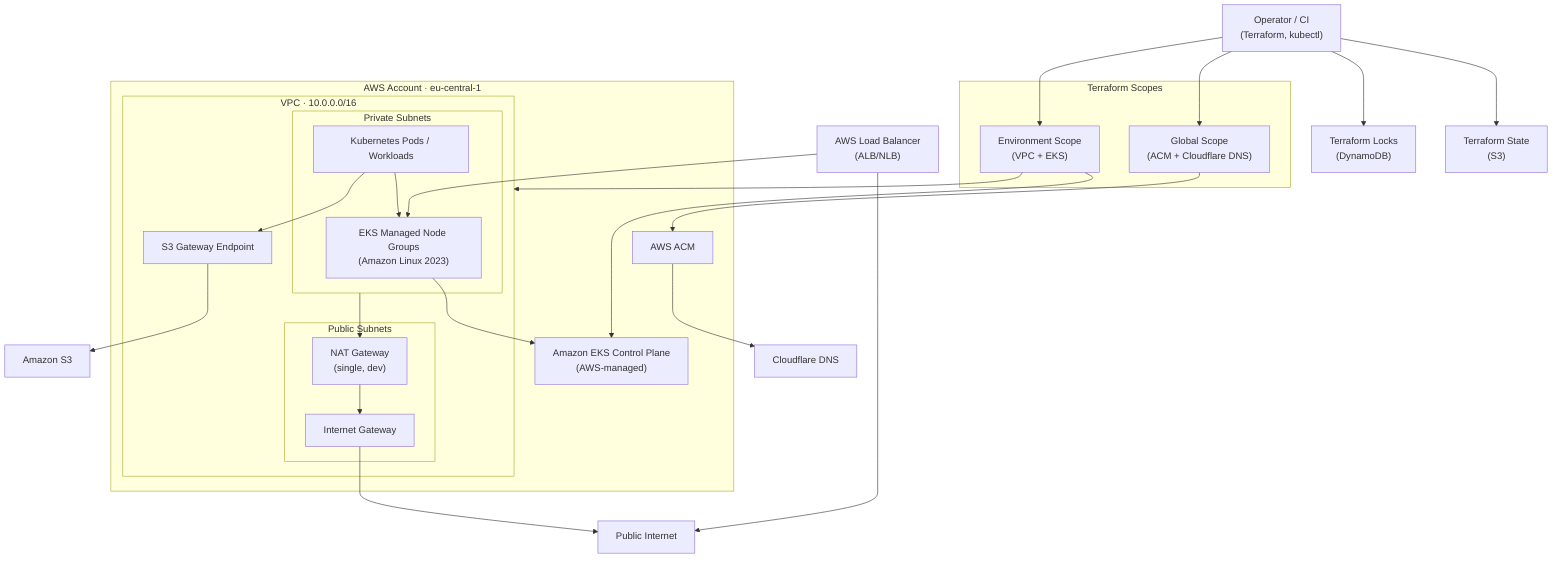
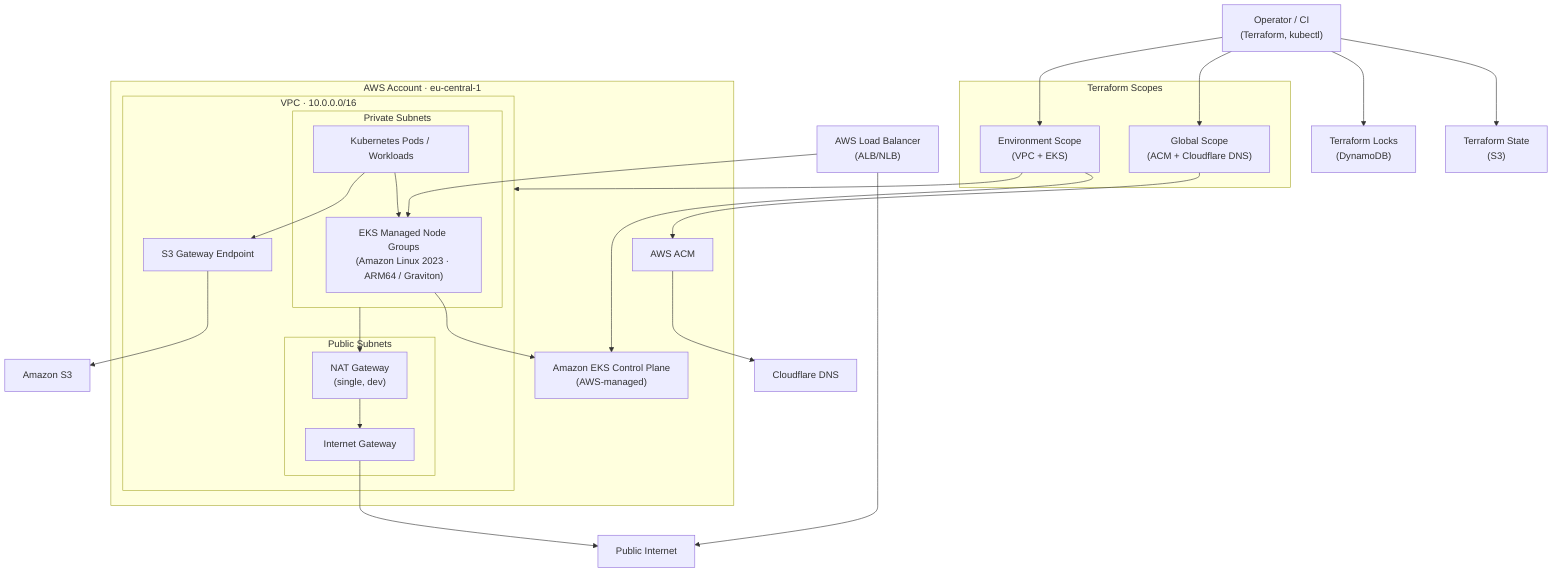
flowchart TB
  Operator["Operator / CI<br/>(Terraform, kubectl)"]

  %% -------------------------
  %% Terraform scopes
  %% -------------------------
  subgraph TF["Terraform Scopes"]
    Global["Global Scope<br/>(ACM + Cloudflare DNS)"]
    Env["Environment Scope<br/>(VPC + EKS)"]
  end

  %% -------------------------
  %% Terraform backend
  %% -------------------------
  TFSTATE_S3["Terraform State<br/>(S3)"]
  TFLOCKS["Terraform Locks<br/>(DynamoDB)"]

  Operator --> TFSTATE_S3
  Operator --> TFLOCKS
  Operator --> Global
  Operator --> Env

  %% -------------------------
  %% AWS account
  %% -------------------------
  subgraph AWS["AWS Account · eu-central-1"]

    %% VPC
    subgraph VPC["VPC · 10.0.0.0/16"]

      subgraph Public["Public Subnets"]
        IGW["Internet Gateway"]
        NAT["NAT Gateway<br/>(single, dev)"]
      end

      subgraph Private["Private Subnets"]
-         Nodes["EKS Managed Node Groups<br/>(Amazon Linux 2023)"]
+         Nodes["EKS Managed Node Groups<br/>(Amazon Linux 2023 · ARM64 / Graviton)"]
        Pods["Kubernetes Pods / Workloads"]
      end

      S3EP["S3 Gateway Endpoint"]
    end

    %% EKS control plane (AWS-managed)
    EKS["Amazon EKS Control Plane<br/>(AWS-managed)"]

    %% ACM
    ACM["AWS ACM"]
  end

  %% -------------------------
  %% External services
  %% -------------------------
  CF["Cloudflare DNS"]
  S3["Amazon S3"]
  Internet["Public Internet"]

  %% -------------------------
  %% Infra relationships
  %% -------------------------
  Env --> VPC
  Env --> EKS

  Nodes --> EKS
  Pods --> Nodes

  %% Egress paths
  Private --> NAT
  NAT --> IGW
  IGW --> Internet

  Pods --> S3EP --> S3

  %% Load balancer (AWS-managed, subnet-attached)
  ALB["AWS Load Balancer<br/>(ALB/NLB)"]
  ALB --> Internet
  ALB --> Nodes

  %% Global ACM + DNS
  Global --> ACM
  ACM --> CF
